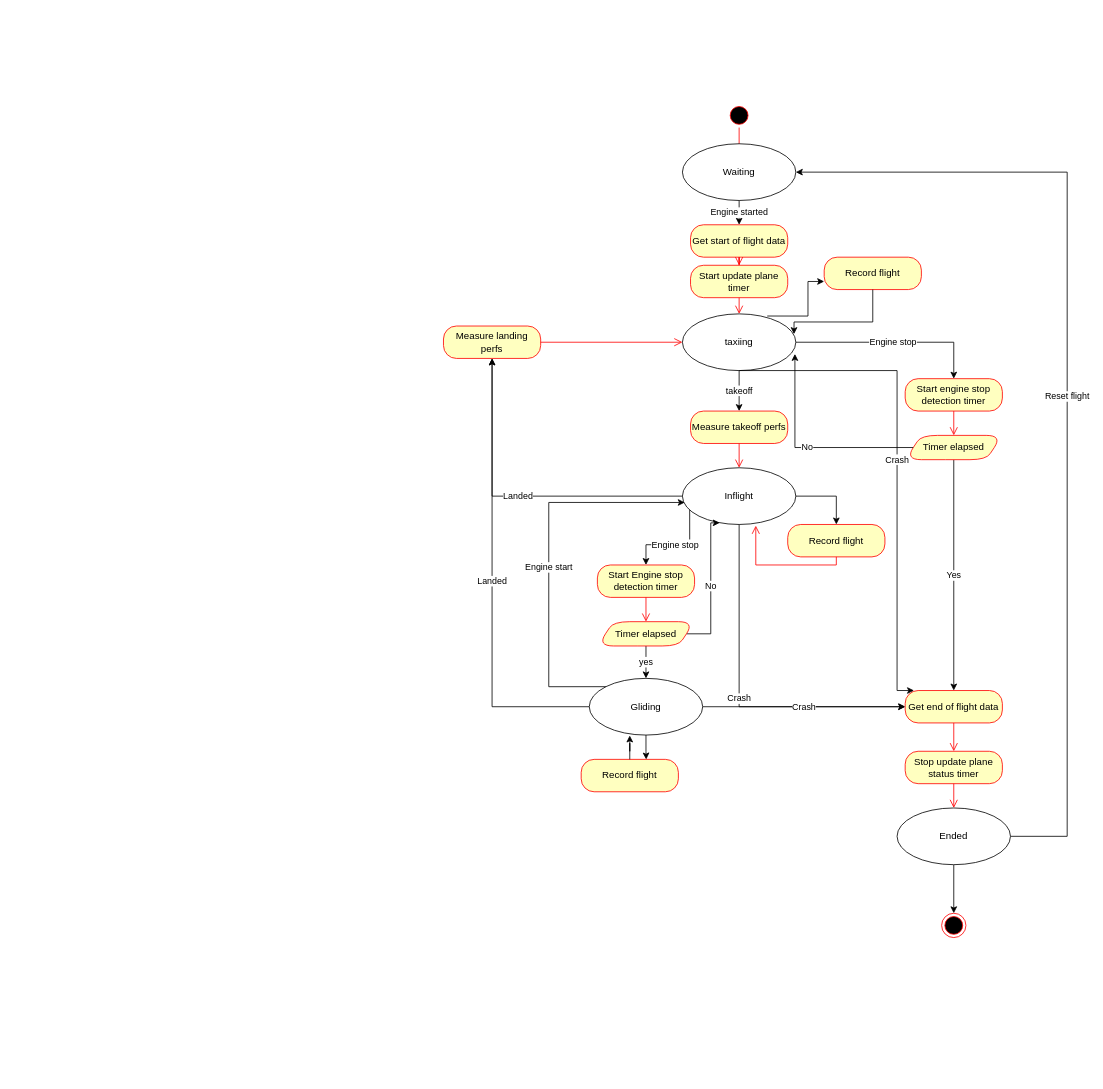
The draw.io diagram plugins/FlightRecPlugin/Acars.drawio in Skall34/SimAddon, before the edit. Source tidied: cells renumbered, new cells numbered last; positions are measured from the earlier drawing's top-left corner, leaving out a move shared by most shapes. Both pictures are drawn from the tidied source at 81%, with x=0, y=0 at pixel (443, 103).
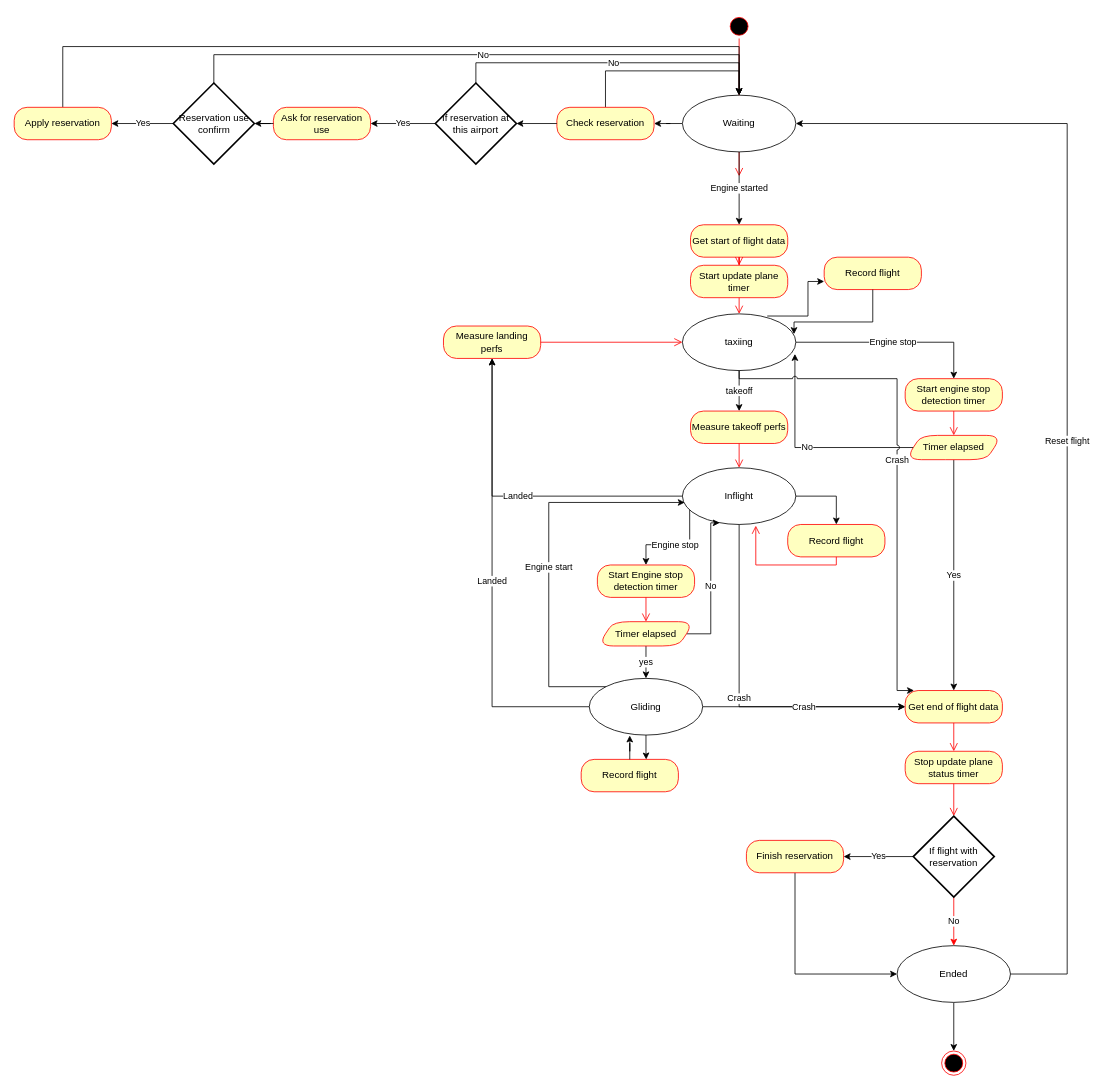
The same diagram, later.

Commit message (it also covers changes not shown here):
nettoyage de code

Unchanged cells that the change refers to:
```xml
<mxCell id="9" value="taxiing" style="ellipse;whiteSpace=wrap;html=1;" parent="1" vertex="1">
  <mxGeometry x="295" y="260" width="140" height="70" as="geometry" />
</mxCell>
<mxCell id="16" value="Get end of flight data" style="rounded=1;whiteSpace=wrap;html=1;arcSize=40;fontColor=#000000;fillColor=#ffffc0;strokeColor=#ff0000;" parent="1" vertex="1">
  <mxGeometry x="570" y="725" width="120" height="40" as="geometry" />
</mxCell>
<mxCell id="27" value="Timer elapsed" style="shape=parallelogram;perimeter=parallelogramPerimeter;whiteSpace=wrap;html=1;fixedSize=1;fillColor=#ffffc0;strokeColor=#ff0000;fontColor=#000000;rounded=1;arcSize=40;" parent="1" vertex="1">
  <mxGeometry x="570" y="410" width="120" height="30" as="geometry" />
</mxCell>
<mxCell id="51" value="Stop update plane status timer" style="rounded=1;whiteSpace=wrap;html=1;arcSize=40;fontColor=#000000;fillColor=#ffffc0;strokeColor=#ff0000;" parent="1" vertex="1">
  <mxGeometry x="570" y="800" width="120" height="40" as="geometry" />
</mxCell>
```

Change to the diagram source:
```diff
@@
     <mxCell id="2" style="ellipse;html=1;shape=startState;fillColor=#000000;strokeColor=#ff0000;" parent="1" vertex="1">
-      <mxGeometry x="350" width="30" height="30" as="geometry" />
+      <mxGeometry x="350" y="-110" width="30" height="30" as="geometry" />
     </mxCell>
@@
+    <mxCell id="53" style="edgeStyle=orthogonalEdgeStyle;rounded=0;jettySize=auto;html=1;" parent="1" edge="1" source="5" target="55">
+      <mxGeometry relative="1" as="geometry" />
+    </mxCell>
     <mxCell id="5" value="Waiting" style="ellipse;whiteSpace=wrap;html=1;" parent="1" vertex="1">
-      <mxGeometry x="295" y="50" width="140" height="70" as="geometry" />
+      <mxGeometry x="295" y="-10" width="140" height="70" as="geometry" />
     </mxCell>
@@
     <mxCell id="15" style="ellipse;html=1;shape=endState;fillColor=#000000;strokeColor=#ff0000;" parent="1" vertex="1">
-      <mxGeometry x="615" y="1000" width="30" height="30" as="geometry" />
+      <mxGeometry x="615" y="1170" width="30" height="30" as="geometry" />
     </mxCell>
@@
-    <mxCell id="37" value="No" style="edgeStyle=orthogonalEdgeStyle;rounded=0;jettySize=auto;html=1;entryX=0.992;entryY=0.707;entryDx=0;entryDy=0;entryPerimeter=0;" parent="1" edge="1" source="27" target="9">
+    <mxCell id="37" value="No" style="edgeStyle=orthogonalEdgeStyle;rounded=0;jettySize=auto;html=1;entryX=0.992;entryY=0.707;entryDx=0;entryDy=0;entryPerimeter=0;jumpStyle=arc;" parent="1" edge="1" source="27" target="9">
       <mxGeometry relative="1" as="geometry" />
     </mxCell>
@@
-    <mxCell id="41" value="Reset flight" style="edgeStyle=orthogonalEdgeStyle;rounded=0;jettySize=auto;html=1;entryX=1;entryY=0.5;entryDx=0;entryDy=0;" parent="1" edge="1" source="42" target="5">
+    <mxCell id="41" value="Reset flight" style="edgeStyle=orthogonalEdgeStyle;rounded=0;jettySize=auto;html=1;entryX=1;entryY=0.5;entryDx=0;entryDy=0;exitX=1;exitY=0.5;exitDx=0;exitDy=0;" parent="1" edge="1" source="42" target="5">
       <mxGeometry relative="1" as="geometry">
         <Array as="points">
-          <mxPoint x="770" y="905" />
-          <mxPoint x="770" y="85" />
+          <mxPoint x="770" y="1075" />
+          <mxPoint x="770" y="25" />
         </Array>
       </mxGeometry>
     </mxCell>
     <mxCell id="42" value="Ended" style="ellipse;whiteSpace=wrap;html=1;" parent="1" vertex="1">
-      <mxGeometry x="560" y="870" width="140" height="70" as="geometry" />
+      <mxGeometry x="560" y="1040" width="140" height="70" as="geometry" />
     </mxCell>
@@
-    <mxCell id="48" value="Crash" style="edgeStyle=orthogonalEdgeStyle;rounded=0;jettySize=auto;html=1;entryX=0.091;entryY=0;entryDx=0;entryDy=0;entryPerimeter=0;" parent="1" edge="1" source="9" target="16">
+    <mxCell id="48" value="Crash" style="edgeStyle=orthogonalEdgeStyle;rounded=0;jettySize=auto;html=1;entryX=0.091;entryY=0;entryDx=0;entryDy=0;entryPerimeter=0;jumpStyle=arc;" parent="1" edge="1" source="9" target="16">
       <mxGeometry relative="1" as="geometry">
         <Array as="points">
-          <mxPoint x="560" y="330" />
+          <mxPoint x="365" y="340" />
+          <mxPoint x="560" y="340" />
           <mxPoint x="560" y="725" />
         </Array>
       </mxGeometry>
     </mxCell>
@@
-    <mxCell id="52" style="edgeStyle=orthogonalEdgeStyle;html=1;verticalAlign=bottom;endArrow=open;endSize=8;strokeColor=#ff0000;rounded=0;entryX=0.5;entryY=0;entryDx=0;entryDy=0;" parent="1" edge="1" source="51" target="42">
+    <mxCell id="52" style="edgeStyle=orthogonalEdgeStyle;html=1;verticalAlign=bottom;endArrow=open;endSize=8;strokeColor=#ff0000;rounded=0;" parent="1" edge="1" source="51" target="58">
       <mxGeometry relative="1" as="geometry" />
     </mxCell>
+    <mxCell id="54" style="edgeStyle=orthogonalEdgeStyle;rounded=0;jettySize=auto;html=1;entryX=0.5;entryY=0;entryDx=0;entryDy=0;exitX=0.5;exitY=0;exitDx=0;exitDy=0;" parent="1" edge="1" source="55" target="5">
+      <mxGeometry relative="1" as="geometry">
+        <Array as="points">
+          <mxPoint x="200" y="-40" />
+          <mxPoint x="365" y="-40" />
+        </Array>
+      </mxGeometry>
+    </mxCell>
+    <mxCell id="55" value="Check reservation" style="rounded=1;whiteSpace=wrap;html=1;arcSize=40;fontColor=#000000;fillColor=#ffffc0;strokeColor=#ff0000;" parent="1" vertex="1">
+      <mxGeometry x="140" y="5" width="120" height="40" as="geometry" />
+    </mxCell>
+    <mxCell id="56" value="No" style="edgeStyle=orthogonalEdgeStyle;rounded=0;jettySize=auto;html=1;entryX=0.5;entryY=0;entryDx=0;entryDy=0;strokeColor=#FF0000;" parent="1" edge="1" source="58" target="42">
+      <mxGeometry relative="1" as="geometry" />
+    </mxCell>
+    <mxCell id="57" value="Yes" style="edgeStyle=orthogonalEdgeStyle;rounded=0;jettySize=auto;html=1;entryX=1;entryY=0.5;entryDx=0;entryDy=0;" parent="1" edge="1" source="58" target="60">
+      <mxGeometry relative="1" as="geometry" />
+    </mxCell>
+    <mxCell id="58" value="If flight with reservation" style="strokeWidth=2;html=1;shape=mxgraph.flowchart.decision;whiteSpace=wrap;" parent="1" vertex="1">
+      <mxGeometry x="580" y="880" width="100" height="100" as="geometry" />
+    </mxCell>
+    <mxCell id="59" style="edgeStyle=orthogonalEdgeStyle;rounded=0;jettySize=auto;html=1;entryX=0;entryY=0.5;entryDx=0;entryDy=0;exitX=0.5;exitY=1;exitDx=0;exitDy=0;" parent="1" edge="1" source="60" target="42">
+      <mxGeometry relative="1" as="geometry" />
+    </mxCell>
+    <mxCell id="60" value="Finish reservation" style="rounded=1;whiteSpace=wrap;html=1;arcSize=40;fontColor=#000000;fillColor=#ffffc0;strokeColor=#ff0000;" parent="1" vertex="1">
+      <mxGeometry x="374" y="910" width="120" height="40" as="geometry" />
+    </mxCell>
+    <mxCell id="61" value="No" style="edgeStyle=orthogonalEdgeStyle;rounded=0;jettySize=auto;html=1;entryX=0.5;entryY=0;entryDx=0;entryDy=0;exitX=0.5;exitY=0;exitDx=0;exitDy=0;exitPerimeter=0;" parent="1" edge="1" source="63" target="5">
+      <mxGeometry relative="1" as="geometry">
+        <Array as="points">
+          <mxPoint x="40" y="-50" />
+          <mxPoint x="365" y="-50" />
+        </Array>
+      </mxGeometry>
+    </mxCell>
+    <mxCell id="62" value="Yes" style="edgeStyle=orthogonalEdgeStyle;rounded=0;jettySize=auto;html=1;entryX=1;entryY=0.5;entryDx=0;entryDy=0;" parent="1" edge="1" source="63" target="65">
+      <mxGeometry relative="1" as="geometry" />
+    </mxCell>
+    <mxCell id="63" value="If reservation at this airport" style="strokeWidth=2;html=1;shape=mxgraph.flowchart.decision;whiteSpace=wrap;" parent="1" vertex="1">
+      <mxGeometry x="-10" y="-25" width="100" height="100" as="geometry" />
+    </mxCell>
+    <mxCell id="64" style="edgeStyle=orthogonalEdgeStyle;rounded=0;jettySize=auto;html=1;entryX=1;entryY=0.5;entryDx=0;entryDy=0;entryPerimeter=0;" parent="1" edge="1" source="55" target="63">
+      <mxGeometry relative="1" as="geometry" />
+    </mxCell>
+    <mxCell id="65" value="Ask for reservation use" style="rounded=1;whiteSpace=wrap;html=1;arcSize=40;fontColor=#000000;fillColor=#ffffc0;strokeColor=#ff0000;" parent="1" vertex="1">
+      <mxGeometry x="-210" y="5" width="120" height="40" as="geometry" />
+    </mxCell>
+    <mxCell id="66" value="Yes" style="edgeStyle=orthogonalEdgeStyle;rounded=0;jettySize=auto;html=1;exitX=0;exitY=0.5;exitDx=0;exitDy=0;exitPerimeter=0;entryX=1;entryY=0.5;entryDx=0;entryDy=0;" parent="1" edge="1" source="68" target="71">
+      <mxGeometry relative="1" as="geometry" />
+    </mxCell>
+    <mxCell id="67" value="No" style="edgeStyle=orthogonalEdgeStyle;rounded=0;jettySize=auto;html=1;entryX=0.5;entryY=0;entryDx=0;entryDy=0;exitX=0.5;exitY=0;exitDx=0;exitDy=0;exitPerimeter=0;" parent="1" edge="1" source="68" target="5">
+      <mxGeometry relative="1" as="geometry">
+        <Array as="points">
+          <mxPoint x="-283" y="-60" />
+          <mxPoint x="365" y="-60" />
+        </Array>
+      </mxGeometry>
+    </mxCell>
+    <mxCell id="68" value="Reservation use confirm" style="strokeWidth=2;html=1;shape=mxgraph.flowchart.decision;whiteSpace=wrap;" parent="1" vertex="1">
+      <mxGeometry x="-333.5" y="-25" width="100" height="100" as="geometry" />
+    </mxCell>
+    <mxCell id="69" style="edgeStyle=orthogonalEdgeStyle;rounded=0;jettySize=auto;html=1;entryX=1;entryY=0.5;entryDx=0;entryDy=0;entryPerimeter=0;" parent="1" edge="1" source="65" target="68">
+      <mxGeometry relative="1" as="geometry" />
+    </mxCell>
+    <mxCell id="70" style="edgeStyle=orthogonalEdgeStyle;rounded=0;jettySize=auto;html=1;entryX=0.5;entryY=0;entryDx=0;entryDy=0;exitX=0.5;exitY=0;exitDx=0;exitDy=0;" parent="1" edge="1" source="71" target="5">
+      <mxGeometry relative="1" as="geometry">
+        <Array as="points">
+          <mxPoint x="-470" y="-70" />
+          <mxPoint x="365" y="-70" />
+        </Array>
+      </mxGeometry>
+    </mxCell>
+    <mxCell id="71" value="Apply reservation" style="rounded=1;whiteSpace=wrap;html=1;arcSize=40;fontColor=#000000;fillColor=#ffffc0;strokeColor=#ff0000;" parent="1" vertex="1">
+      <mxGeometry x="-530" y="5" width="120" height="40" as="geometry" />
+    </mxCell>
```
